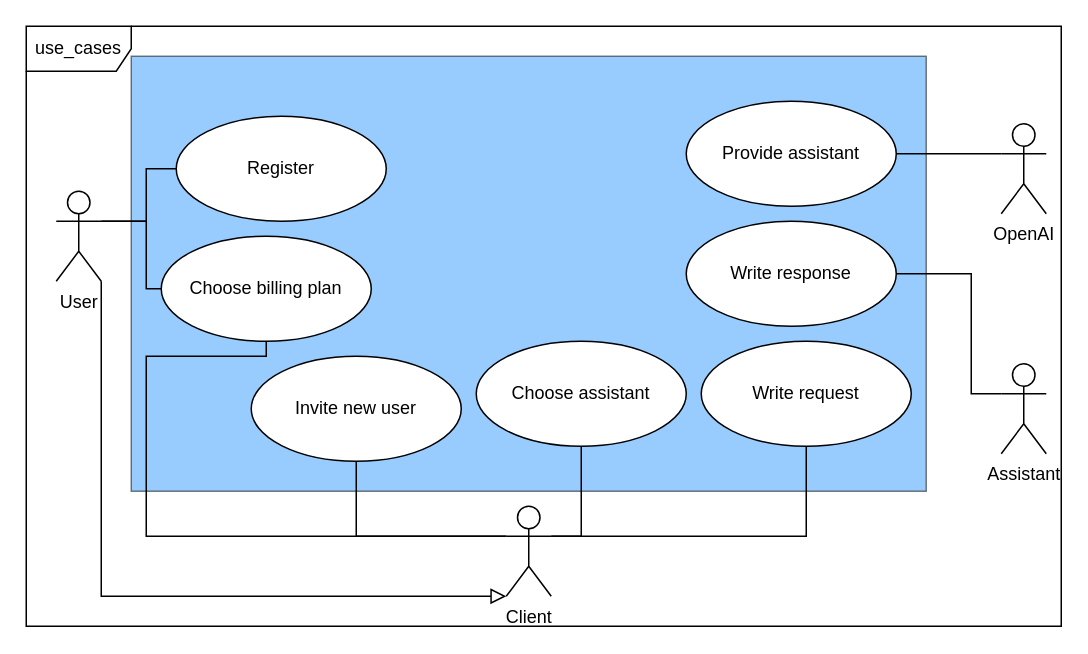
This is docs/raw_figs/use_cases.drawio from lyphrowny/Porphiriy, a draw.io file, before an edit. Source tidied: cells renumbered, new cells numbered last; positions are measured from the earlier drawing's top-left corner, leaving out a move shared by most shapes. Both pictures are drawn from the tidied source at 150%, with x=0, y=0 at pixel (26, 26).
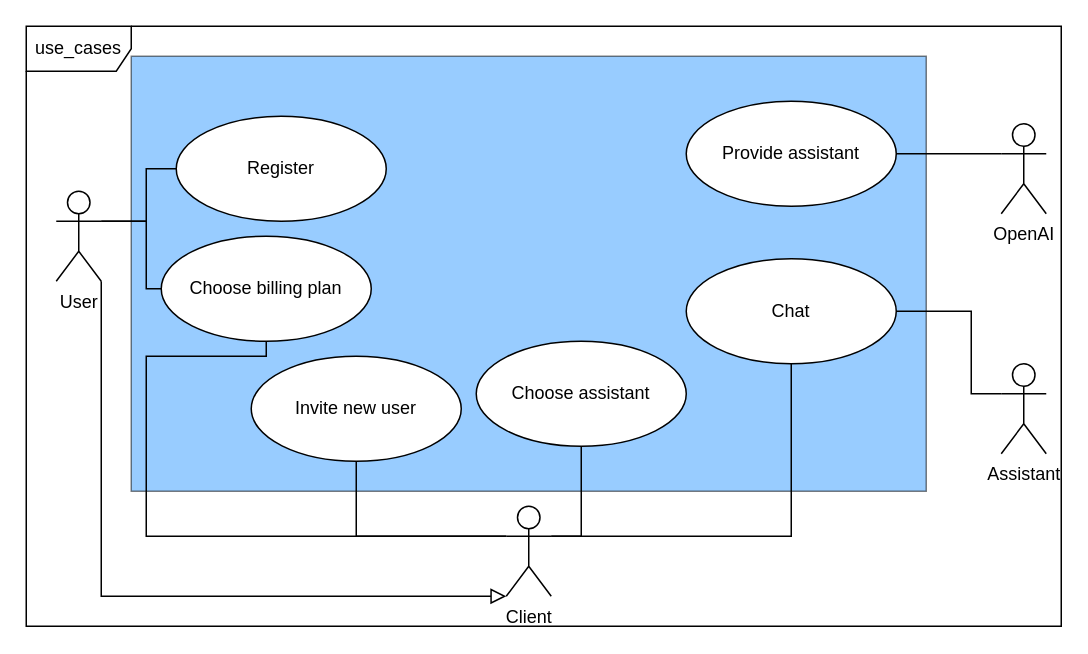
Above is the later version.

The change refers to these unchanged cells:
```xml
<mxCell id="21" value="Assistant" style="shape=umlActor;verticalLabelPosition=bottom;verticalAlign=top;html=1;" parent="1" vertex="1">
  <mxGeometry x="650" y="225" width="30" height="60" as="geometry" />
</mxCell>
```

Diff of the diagram source:
```diff
@@
-    <mxCell id="5" value="Write request" style="ellipse;whiteSpace=wrap;html=1;" parent="1" vertex="1">
-      <mxGeometry x="450" y="210" width="140" height="70" as="geometry" />
+    <mxCell id="5" value="Chat" style="ellipse;whiteSpace=wrap;html=1;" parent="1" vertex="1">
+      <mxGeometry x="440" y="155" width="140" height="70" as="geometry" />
     </mxCell>
@@
-    <mxCell id="9" value="Write response" style="ellipse;whiteSpace=wrap;html=1;" parent="1" vertex="1">
-      <mxGeometry x="440" y="130" width="140" height="70" as="geometry" />
-    </mxCell>
@@
-    <mxCell id="20" style="edgeStyle=orthogonalEdgeStyle;rounded=0;jettySize=auto;html=1;exitX=0;exitY=0.3333333333333333;exitDx=0;exitDy=0;exitPerimeter=0;entryX=1;entryY=0.5;entryDx=0;entryDy=0;endArrow=none;endFill=0;" parent="1" edge="1" source="21" target="9">
+    <mxCell id="20" style="edgeStyle=orthogonalEdgeStyle;rounded=0;jettySize=auto;html=1;exitX=0;exitY=0.3333333333333333;exitDx=0;exitDy=0;exitPerimeter=0;entryX=1;entryY=0.5;entryDx=0;entryDy=0;endArrow=none;endFill=0;" parent="1" edge="1" source="21" target="5">
       <mxGeometry relative="1" as="geometry">
         <Array as="points">
           <mxPoint x="630" y="245" />
-          <mxPoint x="630" y="165" />
+          <mxPoint x="630" y="190" />
         </Array>
       </mxGeometry>
     </mxCell>
```
